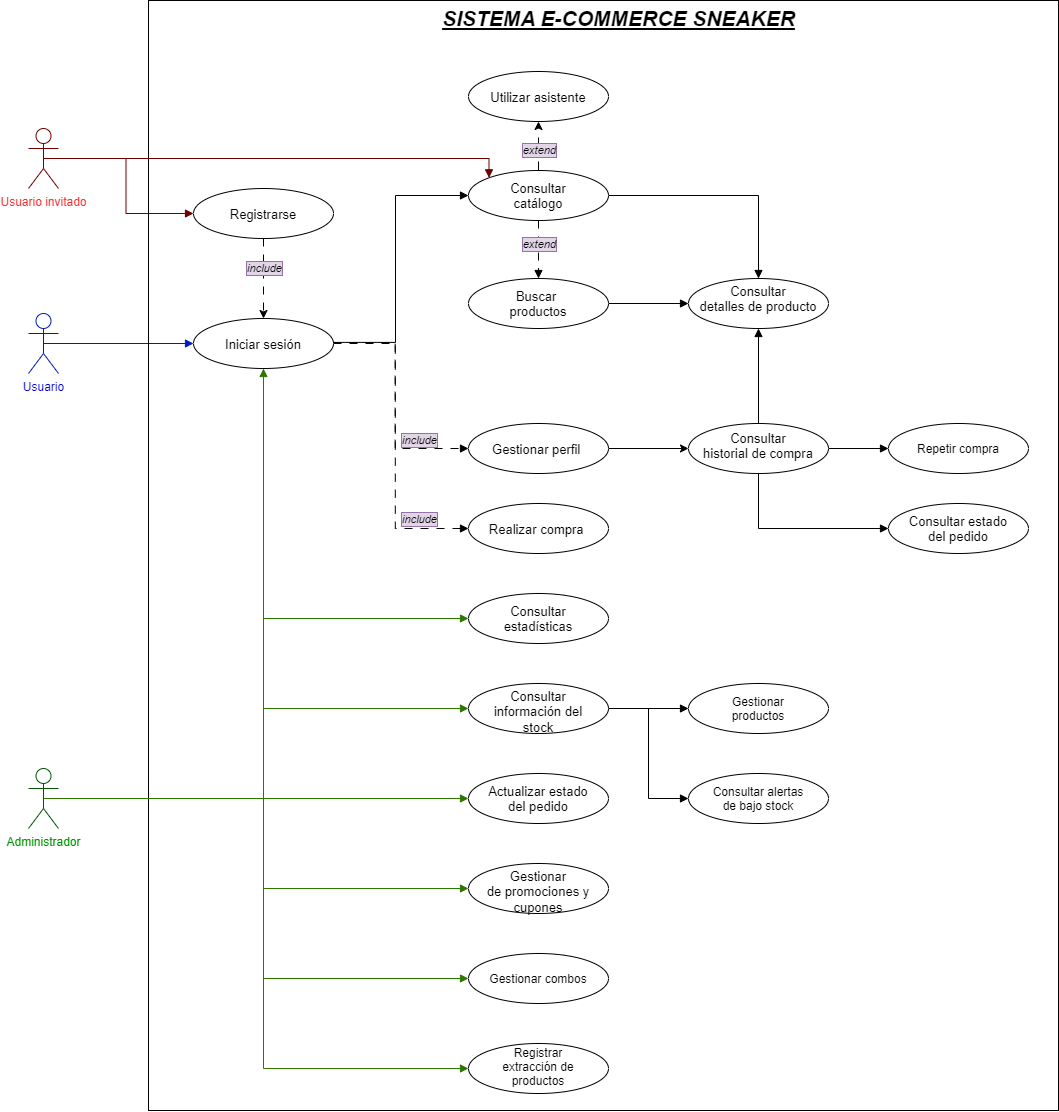
MoutSantiago/sneaker keeps this draw.io diagram as docs/modelo/diagrama-casos-uso/Casos de uso.png. Above is the earlier version. Source tidied: cells renumbered, new cells last; positions are measured from the earlier drawing's top-left corner, leaving out a move shared by most shapes. The source it was exported from:
```xml
<mxGraphModel>
  <root>
    <mxCell id="0" />
    <mxCell id="1" parent="0" />
    <mxCell id="2" style="edgeStyle=orthogonalEdgeStyle;rounded=0;jettySize=auto;html=1;exitX=0.5;exitY=0.5;exitDx=0;exitDy=0;exitPerimeter=0;endArrow=block;endFill=1;fillColor=#0050ef;strokeColor=#001DBC;" parent="1" edge="1" source="3" target="13">
      <mxGeometry relative="1" as="geometry" />
    </mxCell>
    <mxCell id="3" value="&lt;span style=&quot;color: rgb(0, 0, 204);&quot;&gt;Usuario&lt;/span&gt;" style="shape=umlActor;verticalLabelPosition=bottom;verticalAlign=top;html=1;outlineConnect=0;fillColor=none;fontColor=#ffffff;strokeColor=#001DBC;" parent="1" vertex="1">
      <mxGeometry y="310" width="30" height="60" as="geometry" />
    </mxCell>
    <mxCell id="4" style="rounded=0;whiteSpace=wrap;html=1;rotation=90;fillColor=none;" parent="1" vertex="1">
      <mxGeometry x="20" y="97" width="1110" height="910" as="geometry" />
    </mxCell>
    <mxCell id="5" style="edgeStyle=orthogonalEdgeStyle;rounded=0;jettySize=auto;html=1;exitX=1;exitY=0.5;exitDx=0;exitDy=0;entryX=0;entryY=0.5;entryDx=0;entryDy=0;endArrow=block;endFill=1;" parent="1" edge="1" source="6" target="48">
      <mxGeometry relative="1" as="geometry" />
    </mxCell>
    <mxCell id="6" value="&lt;font style=&quot;font-size: 13px;&quot;&gt;Buscar&amp;nbsp; productos&lt;/font&gt;" style="ellipse;whiteSpace=wrap;html=1;shapeInside=1;" parent="1" vertex="1">
      <mxGeometry x="440" y="275" width="140" height="50" as="geometry" />
    </mxCell>
    <mxCell id="7" value="&lt;font style=&quot;font-size: 13px;&quot;&gt;Consultar estado del pedido&lt;/font&gt;" style="ellipse;whiteSpace=wrap;html=1;shapeInside=1;" parent="1" vertex="1">
      <mxGeometry x="860" y="500" width="140" height="50" as="geometry" />
    </mxCell>
    <mxCell id="8" style="edgeStyle=orthogonalEdgeStyle;rounded=0;jettySize=auto;html=1;exitX=1;exitY=0.5;exitDx=0;exitDy=0;endArrow=block;endFill=1;entryX=0;entryY=0.5;entryDx=0;entryDy=0;" parent="1" edge="1" target="18">
      <mxGeometry relative="1" as="geometry">
        <mxPoint x="302" y="344" as="sourcePoint" />
        <Array as="points">
          <mxPoint x="302.1" y="338.9" />
          <mxPoint x="367" y="338.9" />
          <mxPoint x="367" y="192.1" />
        </Array>
      </mxGeometry>
    </mxCell>
    <mxCell id="9" style="edgeStyle=orthogonalEdgeStyle;rounded=0;jettySize=auto;html=1;exitX=1;exitY=0.5;exitDx=0;exitDy=0;entryX=0;entryY=0.5;entryDx=0;entryDy=0;dashed=1;endArrow=block;endFill=1;dashPattern=8 8;" parent="1" edge="1" source="13" target="47">
      <mxGeometry relative="1" as="geometry">
        <Array as="points">
          <mxPoint x="366.8" y="340" />
          <mxPoint x="366.8" y="525" />
        </Array>
      </mxGeometry>
    </mxCell>
    <mxCell id="10" value="&lt;i&gt;include&lt;/i&gt;" style="edgeLabel;html=1;align=center;verticalAlign=middle;labelBackgroundColor=#e1d5e7;labelBorderColor=#9673a6;" parent="9" vertex="1">
      <mxGeometry x="0.69" y="-3" relative="1" as="geometry">
        <mxPoint y="-13" as="offset" />
      </mxGeometry>
    </mxCell>
    <mxCell id="11" style="edgeStyle=orthogonalEdgeStyle;rounded=0;jettySize=auto;html=1;exitX=1;exitY=0.5;exitDx=0;exitDy=0;entryX=0;entryY=0.5;entryDx=0;entryDy=0;dashed=1;endArrow=block;endFill=1;dashPattern=8 8;" parent="1" edge="1" source="13" target="46">
      <mxGeometry relative="1" as="geometry">
        <Array as="points">
          <mxPoint x="305" y="338.9" />
          <mxPoint x="366.7" y="338.9" />
          <mxPoint x="366.7" y="445" />
        </Array>
      </mxGeometry>
    </mxCell>
    <mxCell id="12" value="&lt;i&gt;include&lt;/i&gt;" style="edgeLabel;html=1;align=center;verticalAlign=middle;labelBackgroundColor=#e1d5e7;labelBorderColor=#9673a6;" parent="11" vertex="1">
      <mxGeometry x="0.6" relative="1" as="geometry">
        <mxPoint x="-1" y="-9" as="offset" />
      </mxGeometry>
    </mxCell>
    <mxCell id="13" value="&lt;font style=&quot;font-size: 13px;&quot;&gt;Iniciar sesión&lt;/font&gt;" style="ellipse;whiteSpace=wrap;html=1;shapeInside=1;" parent="1" vertex="1">
      <mxGeometry x="165" y="315" width="140" height="50" as="geometry" />
    </mxCell>
    <mxCell id="14" style="edgeStyle=orthogonalEdgeStyle;rounded=0;jettySize=auto;html=1;exitX=1;exitY=0.5;exitDx=0;exitDy=0;entryX=0.5;entryY=0;entryDx=0;entryDy=0;endArrow=block;endFill=1;" parent="1" edge="1" source="18" target="48">
      <mxGeometry relative="1" as="geometry" />
    </mxCell>
    <mxCell id="15" style="edgeStyle=orthogonalEdgeStyle;rounded=0;jettySize=auto;html=1;exitX=0.5;exitY=1;exitDx=0;exitDy=0;entryX=0.5;entryY=0;entryDx=0;entryDy=0;dashed=1;endArrow=block;endFill=1;dashPattern=8 8;" parent="1" edge="1" source="18" target="6">
      <mxGeometry relative="1" as="geometry" />
    </mxCell>
    <mxCell id="16" style="edgeStyle=orthogonalEdgeStyle;rounded=0;jettySize=auto;html=1;exitX=0.5;exitY=0;exitDx=0;exitDy=0;entryX=0.5;entryY=1;entryDx=0;entryDy=0;dashed=1;dashPattern=12 12;" parent="1" edge="1" target="19">
      <mxGeometry relative="1" as="geometry">
        <mxPoint x="513" y="167" as="sourcePoint" />
        <Array as="points">
          <mxPoint x="510" y="167" />
        </Array>
      </mxGeometry>
    </mxCell>
    <mxCell id="17" value="&lt;i&gt;extend&lt;/i&gt;" style="edgeLabel;html=1;align=center;verticalAlign=middle;labelBackgroundColor=#e1d5e7;labelBorderColor=#9673a6;" parent="16" vertex="1">
      <mxGeometry x="-0.09" relative="1" as="geometry" />
    </mxCell>
    <mxCell id="18" value="&lt;font style=&quot;font-size: 13px;&quot;&gt;Consultar catálogo&lt;/font&gt;" style="ellipse;whiteSpace=wrap;html=1;shapeInside=1;" parent="1" vertex="1">
      <mxGeometry x="440" y="167" width="140" height="50" as="geometry" />
    </mxCell>
    <mxCell id="19" value="&lt;font style=&quot;font-size: 13px;&quot;&gt;Utilizar asistente&lt;/font&gt;" style="ellipse;whiteSpace=wrap;html=1;shapeInside=1;" parent="1" vertex="1">
      <mxGeometry x="440" y="68" width="140" height="50" as="geometry" />
    </mxCell>
    <mxCell id="20" value="&lt;font style=&quot;font-size: 21px;&quot;&gt;&lt;b style=&quot;&quot;&gt;&lt;i&gt;&lt;u&gt;SISTEMA E-COMMERCE SNEAKER&lt;/u&gt;&lt;/i&gt;&lt;/b&gt;&lt;/font&gt;" style="text;html=1;whiteSpace=wrap;strokeColor=none;fillColor=none;align=center;verticalAlign=middle;rounded=0;" parent="1" vertex="1">
      <mxGeometry x="367.5" width="445" height="30" as="geometry" />
    </mxCell>
    <mxCell id="21" style="edgeStyle=orthogonalEdgeStyle;rounded=0;jettySize=auto;html=1;exitX=1;exitY=0.5;exitDx=0;exitDy=0;entryX=0;entryY=0.5;entryDx=0;entryDy=0;endArrow=block;endFill=1;" parent="1" edge="1" source="24" target="53">
      <mxGeometry relative="1" as="geometry" />
    </mxCell>
    <mxCell id="22" style="edgeStyle=orthogonalEdgeStyle;rounded=0;jettySize=auto;html=1;exitX=0.5;exitY=0;exitDx=0;exitDy=0;endArrow=block;endFill=1;entryX=0.5;entryY=1;entryDx=0;entryDy=0;" parent="1" edge="1" source="24" target="48">
      <mxGeometry relative="1" as="geometry" />
    </mxCell>
    <mxCell id="23" style="edgeStyle=orthogonalEdgeStyle;rounded=0;jettySize=auto;html=1;exitX=0.5;exitY=1;exitDx=0;exitDy=0;entryX=0;entryY=0.5;entryDx=0;entryDy=0;endArrow=block;endFill=1;" parent="1" edge="1" source="24" target="7">
      <mxGeometry relative="1" as="geometry" />
    </mxCell>
    <mxCell id="24" value="&lt;font style=&quot;font-size: 13px;&quot;&gt;Consultar historial de compra&lt;/font&gt;" style="ellipse;whiteSpace=wrap;html=1;shapeInside=1;" parent="1" vertex="1">
      <mxGeometry x="660" y="420" width="140" height="50" as="geometry" />
    </mxCell>
    <mxCell id="25" style="edgeStyle=orthogonalEdgeStyle;rounded=0;jettySize=auto;html=1;exitX=0.5;exitY=0.5;exitDx=0;exitDy=0;exitPerimeter=0;entryX=0.5;entryY=1;entryDx=0;entryDy=0;endArrow=block;endFill=1;fillColor=#60a917;strokeColor=#2D7600;" parent="1" edge="1" source="32" target="13">
      <mxGeometry relative="1" as="geometry" />
    </mxCell>
    <mxCell id="26" style="edgeStyle=orthogonalEdgeStyle;rounded=0;jettySize=auto;html=1;exitX=0.5;exitY=0.5;exitDx=0;exitDy=0;exitPerimeter=0;entryX=0;entryY=0.5;entryDx=0;entryDy=0;endArrow=block;endFill=1;fillColor=#60a917;strokeColor=#2D7600;" parent="1" edge="1" source="32" target="37">
      <mxGeometry relative="1" as="geometry" />
    </mxCell>
    <mxCell id="27" style="edgeStyle=orthogonalEdgeStyle;rounded=0;jettySize=auto;html=1;exitX=0.5;exitY=0.5;exitDx=0;exitDy=0;exitPerimeter=0;entryX=0;entryY=0.5;entryDx=0;entryDy=0;endArrow=block;endFill=1;fillColor=#60a917;strokeColor=#2D7600;" parent="1" edge="1" source="32" target="52">
      <mxGeometry relative="1" as="geometry" />
    </mxCell>
    <mxCell id="28" style="edgeStyle=orthogonalEdgeStyle;rounded=0;jettySize=auto;html=1;exitX=0.5;exitY=0.5;exitDx=0;exitDy=0;exitPerimeter=0;entryX=0;entryY=0.5;entryDx=0;entryDy=0;endArrow=block;endFill=1;fillColor=#60a917;strokeColor=#2D7600;" parent="1" edge="1" source="32" target="36">
      <mxGeometry relative="1" as="geometry" />
    </mxCell>
    <mxCell id="29" style="edgeStyle=orthogonalEdgeStyle;rounded=0;jettySize=auto;html=1;exitX=0.5;exitY=0.5;exitDx=0;exitDy=0;exitPerimeter=0;entryX=0;entryY=0.5;entryDx=0;entryDy=0;endArrow=block;endFill=1;fillColor=#60a917;strokeColor=#2D7600;" parent="1" edge="1" source="32" target="49">
      <mxGeometry relative="1" as="geometry" />
    </mxCell>
    <mxCell id="30" style="edgeStyle=orthogonalEdgeStyle;rounded=0;jettySize=auto;html=1;exitX=0.5;exitY=0.5;exitDx=0;exitDy=0;exitPerimeter=0;entryX=0;entryY=0.5;entryDx=0;entryDy=0;endArrow=block;endFill=1;fillColor=#60a917;strokeColor=#2D7600;" parent="1" edge="1" source="32" target="41">
      <mxGeometry relative="1" as="geometry" />
    </mxCell>
    <mxCell id="31" style="edgeStyle=orthogonalEdgeStyle;rounded=0;jettySize=auto;html=1;exitX=0.5;exitY=0.5;exitDx=0;exitDy=0;exitPerimeter=0;entryX=0;entryY=0.5;entryDx=0;entryDy=0;endArrow=block;endFill=1;fillColor=#60a917;strokeColor=#2D7600;" parent="1" edge="1" source="32" target="39">
      <mxGeometry relative="1" as="geometry">
        <Array as="points">
          <mxPoint x="235" y="795" />
          <mxPoint x="235" y="1065" />
        </Array>
      </mxGeometry>
    </mxCell>
    <mxCell id="32" value="&lt;span style=&quot;color: rgb(0, 153, 0);&quot;&gt;Administrador&lt;/span&gt;" style="shape=umlActor;verticalLabelPosition=bottom;verticalAlign=top;html=1;outlineConnect=0;fillColor=none;fontColor=#ffffff;strokeColor=#005700;" parent="1" vertex="1">
      <mxGeometry y="765" width="30" height="60" as="geometry" />
    </mxCell>
    <mxCell id="33" style="edgeStyle=orthogonalEdgeStyle;rounded=0;jettySize=auto;html=1;exitX=0.5;exitY=0.5;exitDx=0;exitDy=0;exitPerimeter=0;entryX=0;entryY=0;entryDx=0;entryDy=0;endArrow=block;endFill=1;fillColor=#a20025;strokeColor=#6F0000;" parent="1" edge="1" source="35" target="18">
      <mxGeometry relative="1" as="geometry">
        <Array as="points">
          <mxPoint x="460.4" y="155" />
        </Array>
      </mxGeometry>
    </mxCell>
    <mxCell id="34" style="edgeStyle=orthogonalEdgeStyle;rounded=0;jettySize=auto;html=1;exitX=0.5;exitY=0.5;exitDx=0;exitDy=0;exitPerimeter=0;entryX=0;entryY=0.5;entryDx=0;entryDy=0;endArrow=block;endFill=1;fillColor=#a20025;strokeColor=#6F0000;" parent="1" edge="1" source="35" target="44">
      <mxGeometry relative="1" as="geometry" />
    </mxCell>
    <mxCell id="35" value="&lt;span style=&quot;color: rgb(255, 45, 45);&quot;&gt;Usuario invitado&lt;/span&gt;" style="shape=umlActor;verticalLabelPosition=bottom;verticalAlign=top;html=1;outlineConnect=0;fillColor=none;strokeColor=#6F0000;fontColor=#ffffff;" parent="1" vertex="1">
      <mxGeometry y="125" width="30" height="60" as="geometry" />
    </mxCell>
    <mxCell id="36" value="&lt;font style=&quot;font-size: 13px;&quot;&gt;Actualizar estado del pedido&lt;/font&gt;" style="ellipse;whiteSpace=wrap;html=1;shapeInside=1;" parent="1" vertex="1">
      <mxGeometry x="440" y="770" width="140" height="50" as="geometry" />
    </mxCell>
    <mxCell id="37" value="&lt;font style=&quot;font-size: 13px;&quot;&gt;Consultar estadísticas&lt;/font&gt;" style="ellipse;whiteSpace=wrap;html=1;shapeInside=1;" parent="1" vertex="1">
      <mxGeometry x="440" y="590" width="140" height="50" as="geometry" />
    </mxCell>
    <mxCell id="38" value="Gestionar productos" style="ellipse;whiteSpace=wrap;html=1;shapeInside=1;" parent="1" vertex="1">
      <mxGeometry x="660" y="680" width="140" height="50" as="geometry" />
    </mxCell>
    <mxCell id="39" value="Registrar extracción de productos" style="ellipse;whiteSpace=wrap;html=1;shapeInside=1;" parent="1" vertex="1">
      <mxGeometry x="440" y="1040" width="140" height="50" as="geometry" />
    </mxCell>
    <mxCell id="40" value="Consultar alertas de bajo stock" style="ellipse;whiteSpace=wrap;html=1;shapeInside=1;" parent="1" vertex="1">
      <mxGeometry x="660" y="770" width="140" height="50" as="geometry" />
    </mxCell>
    <mxCell id="41" value="Gestionar combos" style="ellipse;whiteSpace=wrap;html=1;shapeInside=1;" parent="1" vertex="1">
      <mxGeometry x="440" y="950" width="140" height="50" as="geometry" />
    </mxCell>
    <mxCell id="42" style="edgeStyle=orthogonalEdgeStyle;rounded=0;jettySize=auto;html=1;exitX=0.5;exitY=1;exitDx=0;exitDy=0;entryX=0.5;entryY=0;entryDx=0;entryDy=0;dashed=1;dashPattern=8 8;" parent="1" edge="1" source="44" target="13">
      <mxGeometry relative="1" as="geometry" />
    </mxCell>
    <mxCell id="43" value="&lt;i&gt;include&lt;/i&gt;" style="edgeLabel;html=1;align=center;verticalAlign=middle;labelBackgroundColor=#e1d5e7;labelBorderColor=#9673a6;" parent="42" vertex="1">
      <mxGeometry x="-0.12" y="1" relative="1" as="geometry">
        <mxPoint x="-1" y="-6" as="offset" />
      </mxGeometry>
    </mxCell>
    <mxCell id="44" value="&lt;font style=&quot;font-size: 13px;&quot;&gt;Registrarse&lt;/font&gt;" style="ellipse;whiteSpace=wrap;html=1;shapeInside=1;" parent="1" vertex="1">
      <mxGeometry x="165" y="185" width="140" height="50" as="geometry" />
    </mxCell>
    <mxCell id="45" style="edgeStyle=orthogonalEdgeStyle;rounded=0;jettySize=auto;html=1;exitX=1;exitY=0.5;exitDx=0;exitDy=0;entryX=0;entryY=0.5;entryDx=0;entryDy=0;" parent="1" edge="1" source="46" target="24">
      <mxGeometry relative="1" as="geometry" />
    </mxCell>
    <mxCell id="46" value="&lt;font style=&quot;font-size: 13px;&quot;&gt;Gestionar perfil&amp;nbsp;&lt;/font&gt;" style="ellipse;whiteSpace=wrap;html=1;shapeInside=1;" parent="1" vertex="1">
      <mxGeometry x="440" y="420" width="140" height="50" as="geometry" />
    </mxCell>
    <mxCell id="47" value="&lt;font style=&quot;font-size: 13px;&quot;&gt;Realizar compra&amp;nbsp;&lt;/font&gt;" style="ellipse;whiteSpace=wrap;html=1;shapeInside=1;" parent="1" vertex="1">
      <mxGeometry x="440" y="500" width="140" height="50" as="geometry" />
    </mxCell>
    <mxCell id="48" value="&lt;font style=&quot;font-size: 13px;&quot;&gt;Consultar detalles de producto&lt;/font&gt;" style="ellipse;whiteSpace=wrap;html=1;shapeInside=1;align=center;" parent="1" vertex="1">
      <mxGeometry x="660" y="275" width="140" height="50" as="geometry" />
    </mxCell>
    <mxCell id="49" value="&lt;font style=&quot;font-size: 13px;&quot;&gt;Gestionar de promociones y cupones&lt;/font&gt;" style="ellipse;whiteSpace=wrap;html=1;shapeInside=1;" parent="1" vertex="1">
      <mxGeometry x="440" y="860" width="140" height="50" as="geometry" />
    </mxCell>
    <mxCell id="50" style="edgeStyle=orthogonalEdgeStyle;rounded=0;jettySize=auto;html=1;exitX=1;exitY=0.5;exitDx=0;exitDy=0;entryX=0;entryY=0.5;entryDx=0;entryDy=0;endArrow=block;endFill=1;" parent="1" edge="1" source="52" target="38">
      <mxGeometry relative="1" as="geometry" />
    </mxCell>
    <mxCell id="51" style="edgeStyle=orthogonalEdgeStyle;rounded=0;jettySize=auto;html=1;exitX=1;exitY=0.5;exitDx=0;exitDy=0;entryX=0;entryY=0.5;entryDx=0;entryDy=0;endArrow=block;endFill=1;" parent="1" edge="1" source="52" target="40">
      <mxGeometry relative="1" as="geometry" />
    </mxCell>
    <mxCell id="52" value="&lt;font style=&quot;font-size: 13px;&quot;&gt;Consultar información del stock&lt;/font&gt;" style="ellipse;whiteSpace=wrap;html=1;shapeInside=1;" parent="1" vertex="1">
      <mxGeometry x="440" y="680" width="140" height="50" as="geometry" />
    </mxCell>
    <mxCell id="53" value="Repetir compra" style="ellipse;whiteSpace=wrap;html=1;shapeInside=1;" parent="1" vertex="1">
      <mxGeometry x="860" y="420" width="140" height="50" as="geometry" />
    </mxCell>
    <mxCell id="54" value="&lt;i&gt;extend&lt;/i&gt;" style="edgeLabel;html=1;align=center;verticalAlign=middle;labelBackgroundColor=#e1d5e7;labelBorderColor=#9673a6;" parent="1" vertex="1">
      <mxGeometry x="510" y="240" as="geometry" />
    </mxCell>
  </root>
</mxGraphModel>
```
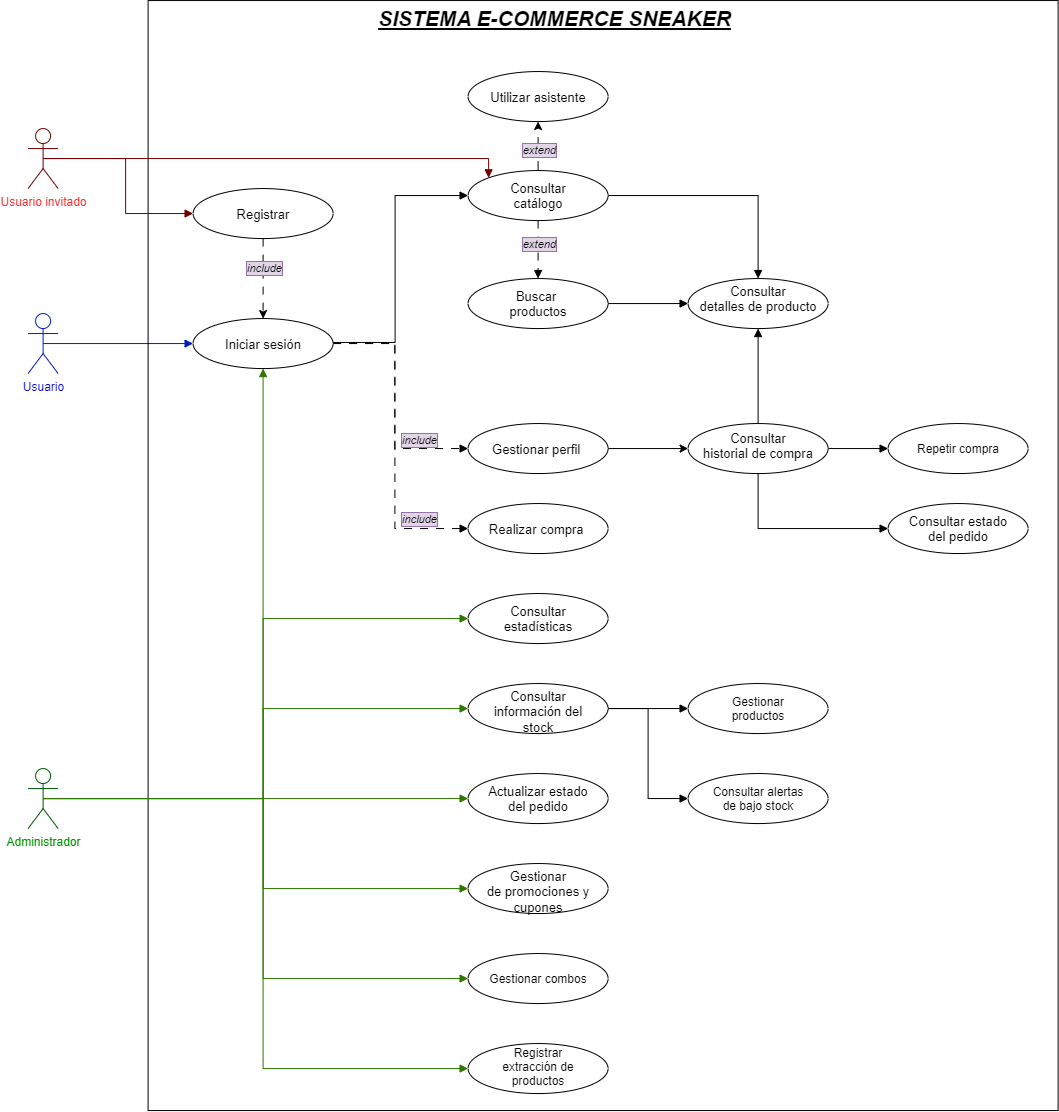
The same diagram one commit later.

Commit message:
cambios diagrama caso de uso

Change to the diagram source:
```diff
@@ -84,7 +84,7 @@
       <mxGeometry x="440" y="68" width="140" height="50" as="geometry" />
     </mxCell>
     <mxCell id="20" value="&lt;font style=&quot;font-size: 21px;&quot;&gt;&lt;b style=&quot;&quot;&gt;&lt;i&gt;&lt;u&gt;SISTEMA E-COMMERCE SNEAKER&lt;/u&gt;&lt;/i&gt;&lt;/b&gt;&lt;/font&gt;" style="text;html=1;whiteSpace=wrap;strokeColor=none;fillColor=none;align=center;verticalAlign=middle;rounded=0;" parent="1" vertex="1">
-      <mxGeometry x="367.5" width="445" height="30" as="geometry" />
+      <mxGeometry x="304.5" width="445" height="30" as="geometry" />
     </mxCell>
     <mxCell id="21" style="edgeStyle=orthogonalEdgeStyle;rounded=0;jettySize=auto;html=1;exitX=1;exitY=0.5;exitDx=0;exitDy=0;entryX=0;entryY=0.5;entryDx=0;entryDy=0;endArrow=block;endFill=1;" parent="1" edge="1" source="24" target="53">
       <mxGeometry relative="1" as="geometry" />
@@ -166,7 +166,7 @@
         <mxPoint x="-1" y="-6" as="offset" />
       </mxGeometry>
     </mxCell>
-    <mxCell id="44" value="&lt;font style=&quot;font-size: 13px;&quot;&gt;Registrarse&lt;/font&gt;" style="ellipse;whiteSpace=wrap;html=1;shapeInside=1;" parent="1" vertex="1">
+    <mxCell id="44" value="&lt;font style=&quot;font-size: 13px;&quot;&gt;Registrar&lt;/font&gt;" style="ellipse;whiteSpace=wrap;html=1;shapeInside=1;" parent="1" vertex="1">
       <mxGeometry x="165" y="185" width="140" height="50" as="geometry" />
     </mxCell>
     <mxCell id="45" style="edgeStyle=orthogonalEdgeStyle;rounded=0;jettySize=auto;html=1;exitX=1;exitY=0.5;exitDx=0;exitDy=0;entryX=0;entryY=0.5;entryDx=0;entryDy=0;" parent="1" edge="1" source="46" target="24">
```
